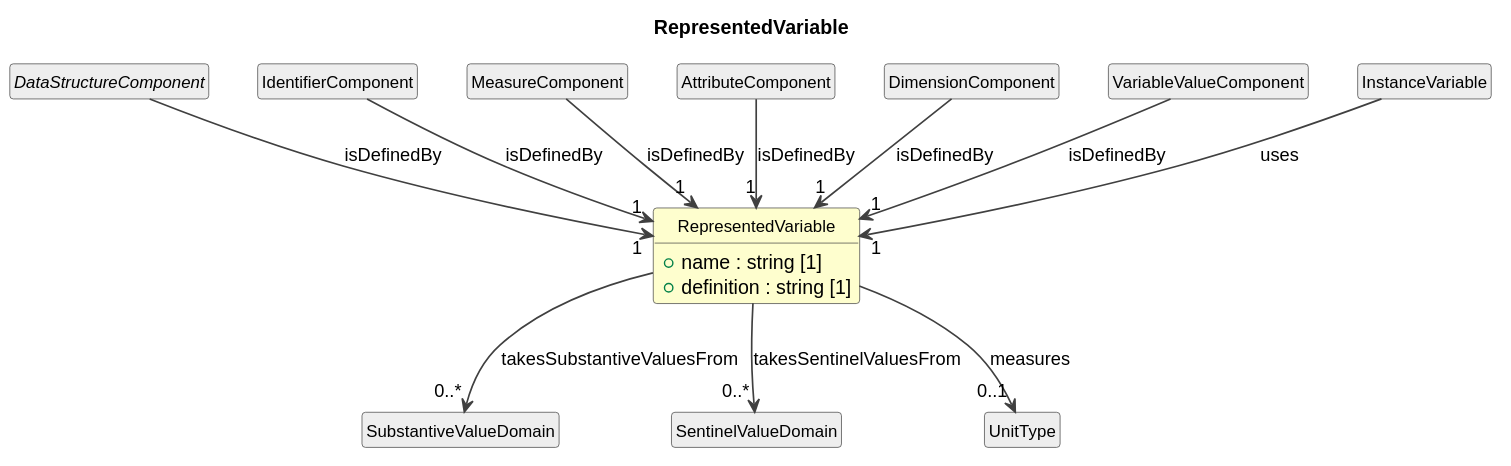
Earlier version of the PlantUML export cdif-uml-model/_plantuml/cdifDataStructure/Classes/RepresentedVariable.svg (Cross-Domain-Interoperability-Framework/metadataBuildingBlocks).
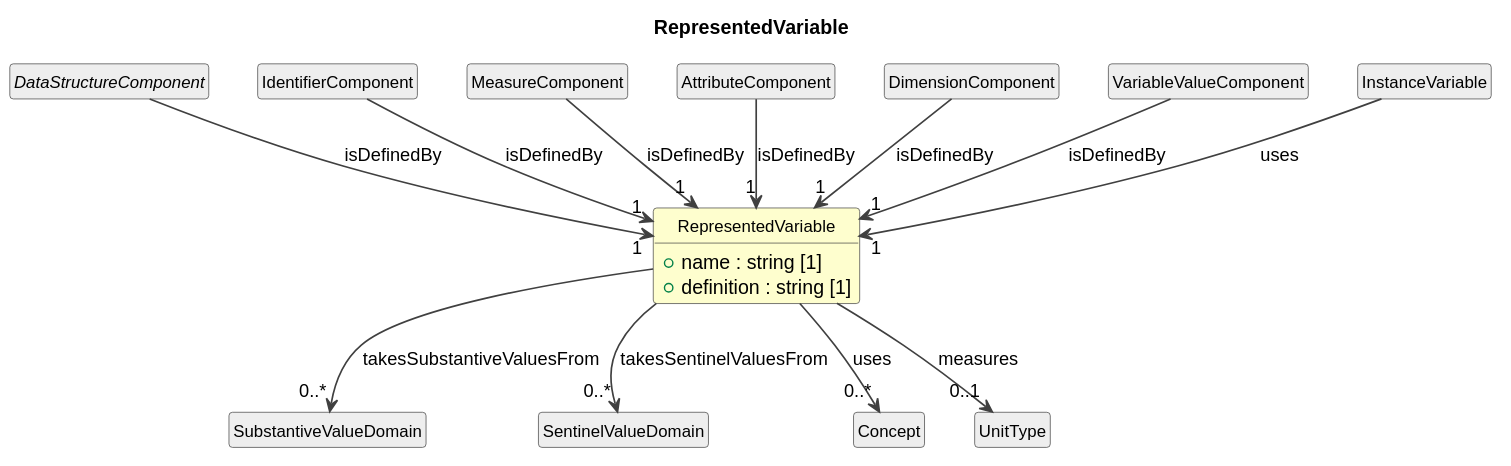
After the commit.

The edit, as a diff of the source:
```diff
@@ -30,6 +30,8 @@
 RepresentedVariable --> "0..*" SubstantiveValueDomain : takesSubstantiveValuesFrom
 class "SentinelValueDomain" as SentinelValueDomain #EEEEEE
 RepresentedVariable --> "0..*" SentinelValueDomain : takesSentinelValuesFrom
+class "Concept" as Concept #EEEEEE
+RepresentedVariable --> "0..*" Concept : uses
 class "UnitType" as UnitType #EEEEEE
 RepresentedVariable --> "0..1" UnitType : measures
 class "InstanceVariable" as InstanceVariable #EEEEEE
```
